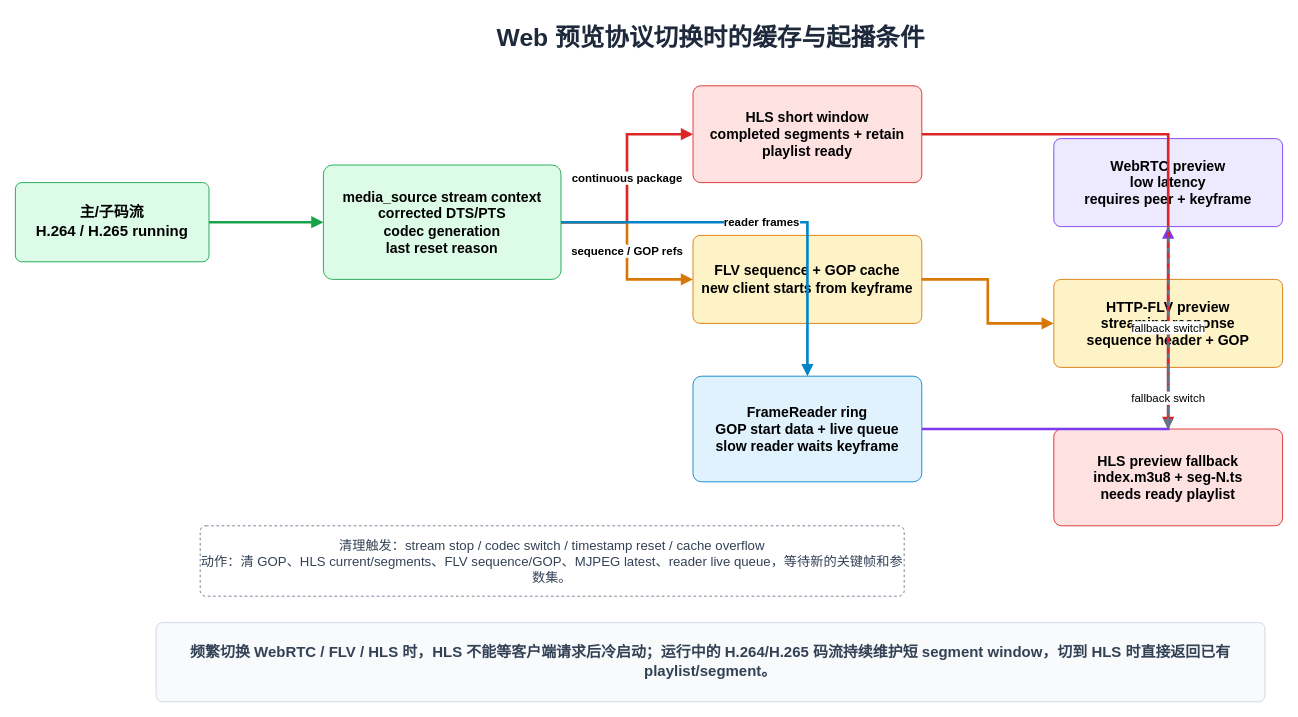
Before: page "04 Protocol Switch Cache" (4 of 4) of docs/optimization/video-pipeline-memory.drawio in 373699756/live_stream, a draw.io diagram. Source tidied: cells renumbered, new cells numbered last; positions are measured from the earlier drawing's top-left corner, leaving out a move shared by most shapes. Both pictures are drawn from the tidied source at 88%, with x=0, y=0 at pixel (15, 15).
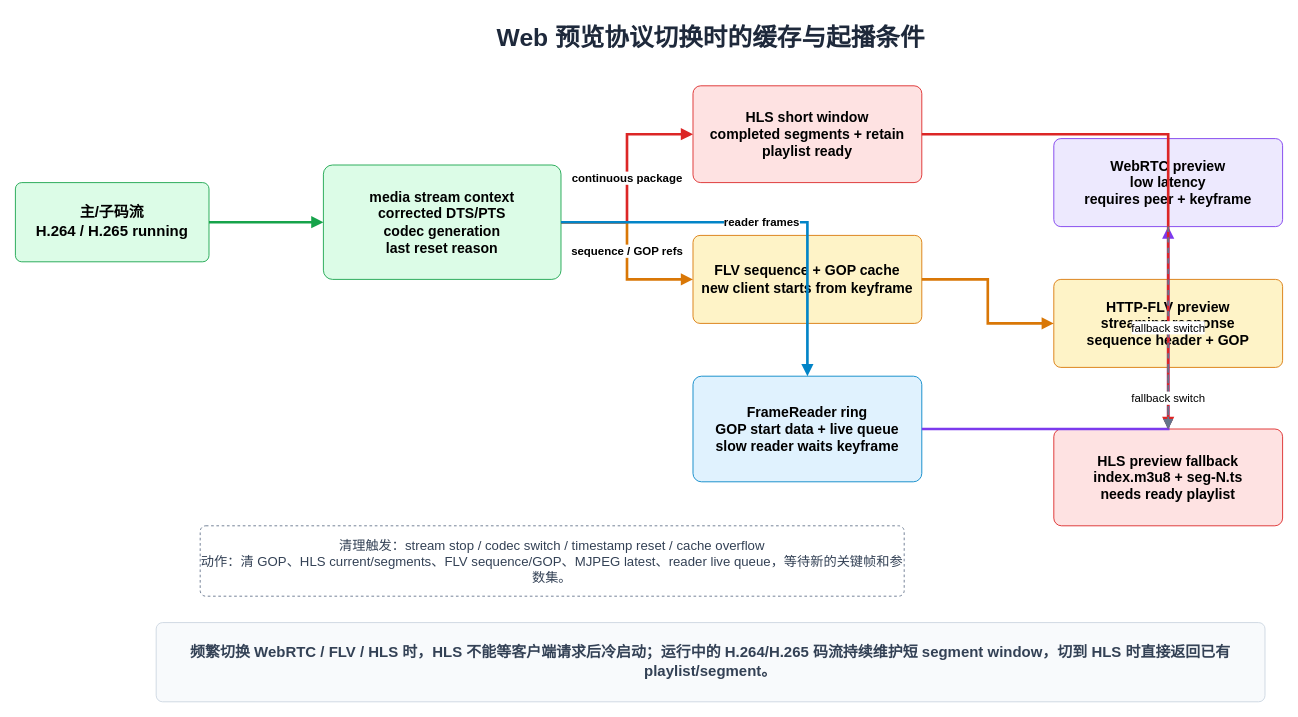
The same page after the edit.

The edit, as a diff of the source:
```diff
@@
-    <mxCell id="4" value="media_source stream context&lt;br&gt;corrected DTS/PTS&lt;br&gt;codec generation&lt;br&gt;last reset reason" style="rounded=1;whiteSpace=wrap;html=1;arcSize=8;fillColor=#DCFCE7;strokeColor=#16A34A;fontSize=16;fontStyle=1;" parent="1" vertex="1">
+    <mxCell id="4" value="media stream context&lt;br&gt;corrected DTS/PTS&lt;br&gt;codec generation&lt;br&gt;last reset reason" style="rounded=1;whiteSpace=wrap;html=1;arcSize=8;fillColor=#DCFCE7;strokeColor=#16A34A;fontSize=16;fontStyle=1;" parent="1" vertex="1">
       <mxGeometry x="350" y="170" width="270" height="130" as="geometry" />
     </mxCell>
```
